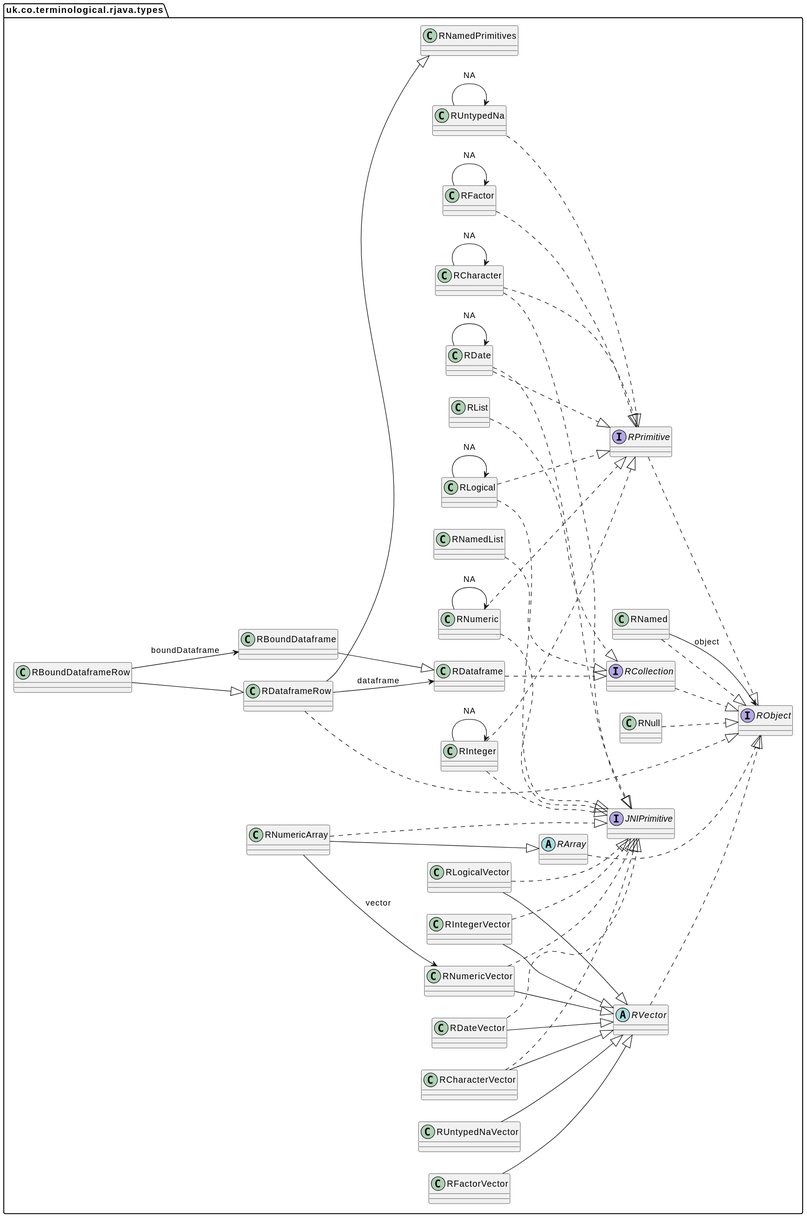
terminological/r6-generator-docs keeps this PlantUML diagram as docs/articles/RTypes.svg. Above is the earlier version. Its diagram source:
```plantuml
@startuml

left to right direction

interface uk.co.terminological.rjava.types.JNIPrimitive {
}


abstract class uk.co.terminological.rjava.types.RArray {
}


class uk.co.terminological.rjava.types.RBoundDataframe {
}


class uk.co.terminological.rjava.types.RBoundDataframeRow {
}


class uk.co.terminological.rjava.types.RCharacter {
}


class uk.co.terminological.rjava.types.RCharacterVector {
}


interface uk.co.terminological.rjava.types.RCollection {
}


class uk.co.terminological.rjava.types.RDataframe {
}


class uk.co.terminological.rjava.types.RDataframeRow {
}


class uk.co.terminological.rjava.types.RDate {
}


class uk.co.terminological.rjava.types.RDateVector {
}


class uk.co.terminological.rjava.types.RFactor {
}


class uk.co.terminological.rjava.types.RFactorVector {
}


class uk.co.terminological.rjava.types.RInteger {
}


class uk.co.terminological.rjava.types.RIntegerVector {
}


class uk.co.terminological.rjava.types.RList {
}


class uk.co.terminological.rjava.types.RLogical {
}


class uk.co.terminological.rjava.types.RLogicalVector {
}


class uk.co.terminological.rjava.types.RNamed {
}


class uk.co.terminological.rjava.types.RNamedList {
}


class uk.co.terminological.rjava.types.RNamedPrimitives {
}


class uk.co.terminological.rjava.types.RNull {
}


class uk.co.terminological.rjava.types.RNumeric {
}


class uk.co.terminological.rjava.types.RNumericArray {
}


class uk.co.terminological.rjava.types.RNumericVector {
}


interface uk.co.terminological.rjava.types.RObject {
}


interface uk.co.terminological.rjava.types.RPrimitive {
}


class uk.co.terminological.rjava.types.RUntypedNa {
}


class uk.co.terminological.rjava.types.RUntypedNaVector {
}


abstract class uk.co.terminological.rjava.types.RVector {
}




uk.co.terminological.rjava.types.RArray ..|>  uk.co.terminological.rjava.types.RObject
uk.co.terminological.rjava.types.RBoundDataframe --|>  uk.co.terminological.rjava.types.RDataframe
uk.co.terminological.rjava.types.RBoundDataframeRow -->  uk.co.terminological.rjava.types.RBoundDataframe : boundDataframe
uk.co.terminological.rjava.types.RBoundDataframeRow --|>  uk.co.terminological.rjava.types.RDataframeRow
uk.co.terminological.rjava.types.RCharacter -->  uk.co.terminological.rjava.types.RCharacter : NA
uk.co.terminological.rjava.types.RCharacter ..|>  uk.co.terminological.rjava.types.JNIPrimitive
uk.co.terminological.rjava.types.RCharacter ..|>  uk.co.terminological.rjava.types.RPrimitive
uk.co.terminological.rjava.types.RCharacterVector --|>  uk.co.terminological.rjava.types.RVector
uk.co.terminological.rjava.types.RCharacterVector ..|>  uk.co.terminological.rjava.types.JNIPrimitive
uk.co.terminological.rjava.types.RCollection ..|>  uk.co.terminological.rjava.types.RObject
uk.co.terminological.rjava.types.RDataframe ..|>  uk.co.terminological.rjava.types.RCollection
uk.co.terminological.rjava.types.RDataframeRow -->  uk.co.terminological.rjava.types.RDataframe : dataframe
uk.co.terminological.rjava.types.RDataframeRow --|>  uk.co.terminological.rjava.types.RNamedPrimitives
uk.co.terminological.rjava.types.RDataframeRow ..|>  uk.co.terminological.rjava.types.RObject
uk.co.terminological.rjava.types.RDate -->  uk.co.terminological.rjava.types.RDate : NA
uk.co.terminological.rjava.types.RDate ..|>  uk.co.terminological.rjava.types.JNIPrimitive
uk.co.terminological.rjava.types.RDate ..|>  uk.co.terminological.rjava.types.RPrimitive
uk.co.terminological.rjava.types.RDateVector --|>  uk.co.terminological.rjava.types.RVector
uk.co.terminological.rjava.types.RDateVector ..|>  uk.co.terminological.rjava.types.JNIPrimitive
uk.co.terminological.rjava.types.RFactor -->  uk.co.terminological.rjava.types.RFactor : NA
uk.co.terminological.rjava.types.RFactor ..|>  uk.co.terminological.rjava.types.RPrimitive
uk.co.terminological.rjava.types.RFactorVector --|>  uk.co.terminological.rjava.types.RVector
uk.co.terminological.rjava.types.RInteger -->  uk.co.terminological.rjava.types.RInteger : NA
uk.co.terminological.rjava.types.RInteger ..|>  uk.co.terminological.rjava.types.JNIPrimitive
uk.co.terminological.rjava.types.RInteger ..|>  uk.co.terminological.rjava.types.RPrimitive
uk.co.terminological.rjava.types.RIntegerVector --|>  uk.co.terminological.rjava.types.RVector
uk.co.terminological.rjava.types.RIntegerVector ..|>  uk.co.terminological.rjava.types.JNIPrimitive
uk.co.terminological.rjava.types.RList ..|>  uk.co.terminological.rjava.types.RCollection
uk.co.terminological.rjava.types.RLogical -->  uk.co.terminological.rjava.types.RLogical : NA
uk.co.terminological.rjava.types.RLogical ..|>  uk.co.terminological.rjava.types.JNIPrimitive
uk.co.terminological.rjava.types.RLogical ..|>  uk.co.terminological.rjava.types.RPrimitive
uk.co.terminological.rjava.types.RLogicalVector --|>  uk.co.terminological.rjava.types.RVector
uk.co.terminological.rjava.types.RLogicalVector ..|>  uk.co.terminological.rjava.types.JNIPrimitive
uk.co.terminological.rjava.types.RNamed -->  uk.co.terminological.rjava.types.RObject : object
uk.co.terminological.rjava.types.RNamed ..|>  uk.co.terminological.rjava.types.RObject
uk.co.terminological.rjava.types.RNamedList ..|>  uk.co.terminological.rjava.types.RCollection
uk.co.terminological.rjava.types.RNull ..|>  uk.co.terminological.rjava.types.RObject
uk.co.terminological.rjava.types.RNumeric -->  uk.co.terminological.rjava.types.RNumeric : NA
uk.co.terminological.rjava.types.RNumeric ..|>  uk.co.terminological.rjava.types.JNIPrimitive
uk.co.terminological.rjava.types.RNumeric ..|>  uk.co.terminological.rjava.types.RPrimitive
uk.co.terminological.rjava.types.RNumericArray -->  uk.co.terminological.rjava.types.RNumericVector : vector
uk.co.terminological.rjava.types.RNumericArray --|>  uk.co.terminological.rjava.types.RArray
uk.co.terminological.rjava.types.RNumericArray ..|>  uk.co.terminological.rjava.types.JNIPrimitive
uk.co.terminological.rjava.types.RNumericVector --|>  uk.co.terminological.rjava.types.RVector
uk.co.terminological.rjava.types.RNumericVector ..|>  uk.co.terminological.rjava.types.JNIPrimitive
uk.co.terminological.rjava.types.RPrimitive ..|>  uk.co.terminological.rjava.types.RObject
uk.co.terminological.rjava.types.RUntypedNa -->  uk.co.terminological.rjava.types.RUntypedNa : NA
uk.co.terminological.rjava.types.RUntypedNa ..|>  uk.co.terminological.rjava.types.RPrimitive
uk.co.terminological.rjava.types.RUntypedNaVector --|>  uk.co.terminological.rjava.types.RVector
uk.co.terminological.rjava.types.RVector ..|>  uk.co.terminological.rjava.types.RObject


@enduml
```
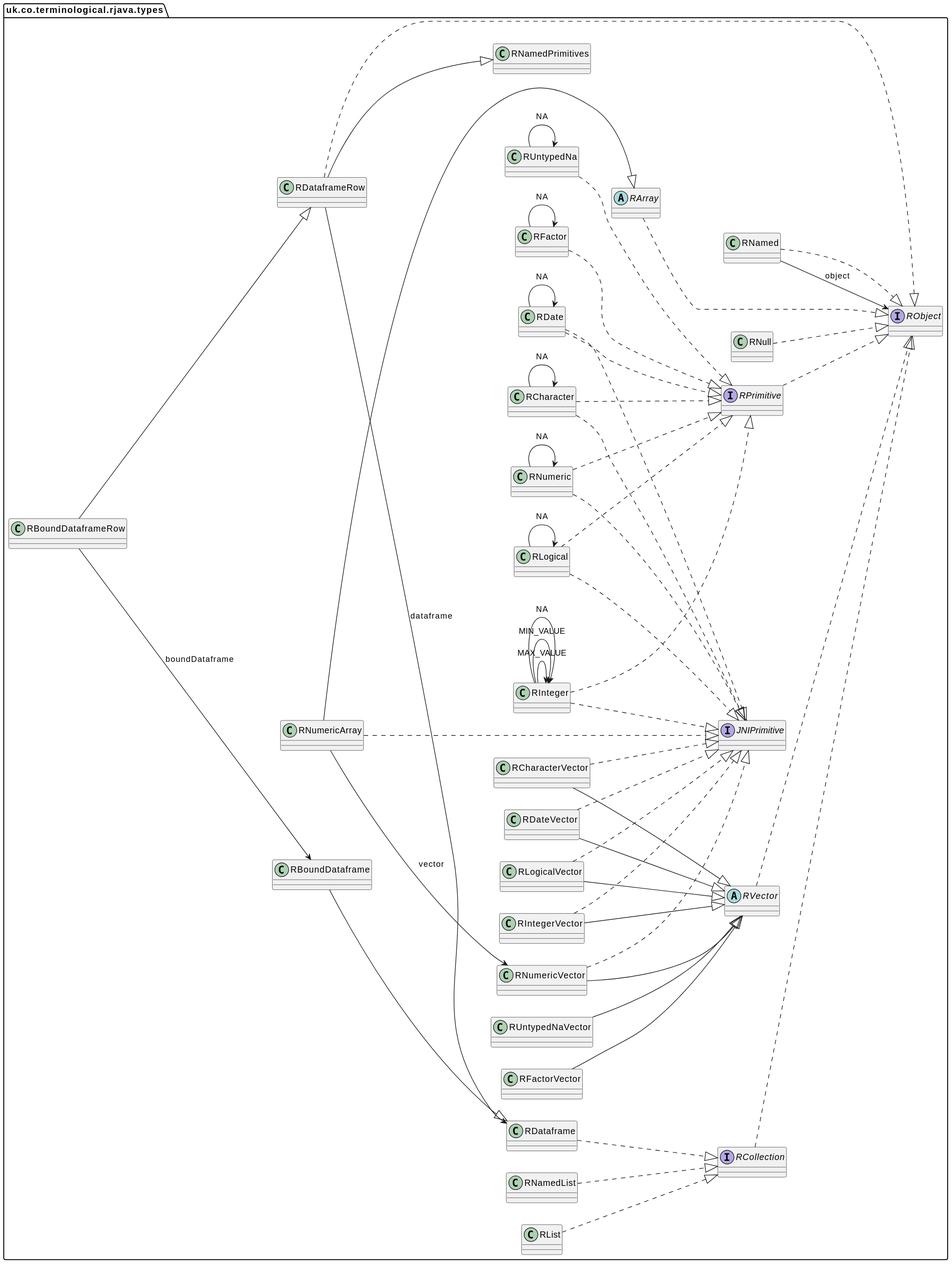
The same diagram one commit later.

Change to the diagram source:
```diff
@@ -146,6 +146,8 @@
 uk.co.terminological.rjava.types.RFactor -->  uk.co.terminological.rjava.types.RFactor : NA
 uk.co.terminological.rjava.types.RFactor ..|>  uk.co.terminological.rjava.types.RPrimitive
 uk.co.terminological.rjava.types.RFactorVector --|>  uk.co.terminological.rjava.types.RVector
+uk.co.terminological.rjava.types.RInteger -->  uk.co.terminological.rjava.types.RInteger : MAX_VALUE
+uk.co.terminological.rjava.types.RInteger -->  uk.co.terminological.rjava.types.RInteger : MIN_VALUE
 uk.co.terminological.rjava.types.RInteger -->  uk.co.terminological.rjava.types.RInteger : NA
 uk.co.terminological.rjava.types.RInteger ..|>  uk.co.terminological.rjava.types.JNIPrimitive
 uk.co.terminological.rjava.types.RInteger ..|>  uk.co.terminological.rjava.types.RPrimitive
```
